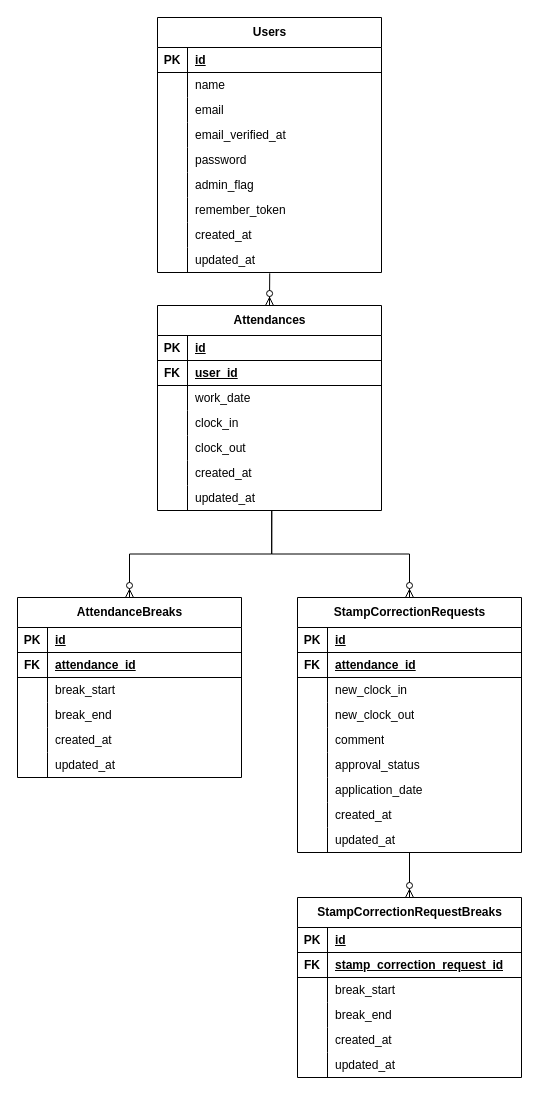
Earlier version of the draw.io diagram er.drawio (kuboyuina0601/attendance-app). Source tidied: cells renumbered, new cells numbered last; positions are measured from the earlier drawing's top-left corner, leaving out a move shared by most shapes. Both pictures are drawn from the tidied source at 100%, with x=0, y=0 at pixel (17, 17).
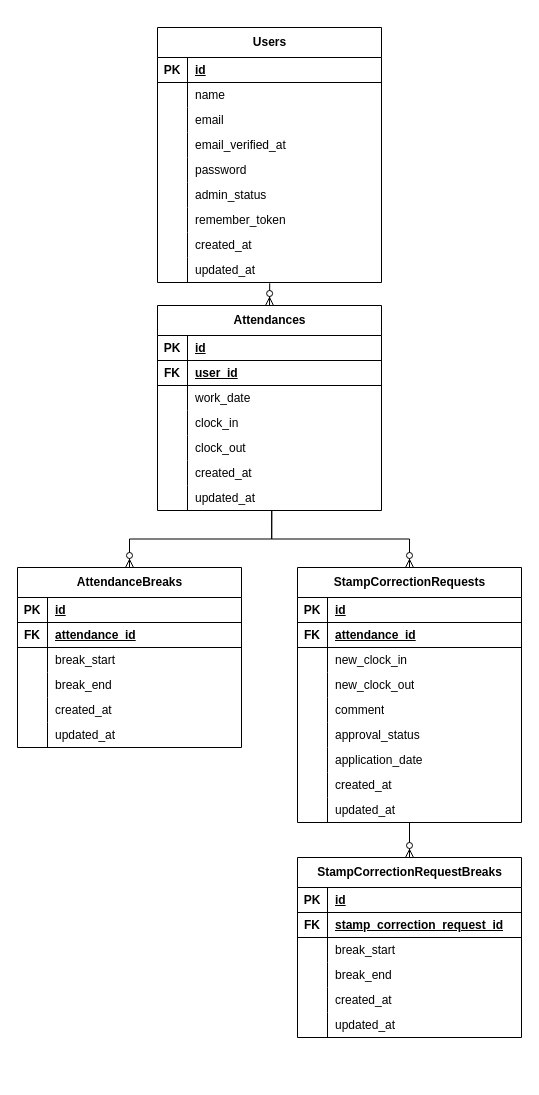
The same diagram, later.

Unchanged cells that the change refers to:
```xml
<mxCell id="18" style="shape=tableRow;horizontal=0;startSize=0;swimlaneHead=0;swimlaneBody=0;fillColor=none;top=0;left=0;right=0;bottom=0;" parent="2" vertex="1">
  <mxGeometry y="155" width="224" height="25" as="geometry" />
</mxCell>
```

The edit, as a diff of the source:
```diff
@@
     <mxCell id="2" value="Users" style="shape=table;startSize=30;childLayout=tableLayout;rowLines=0;fontStyle=1;align=center;html=1;" parent="1" vertex="1">
-      <mxGeometry x="140" width="224" height="255" as="geometry" />
+      <mxGeometry x="140" y="10" width="224" height="255" as="geometry" />
     </mxCell>
@@
-    <mxCell id="20" value="admin_flag" style="shape=partialRectangle;fillColor=none;top=0;left=0;bottom=0;right=0;align=left;spacingLeft=6;overflow=hidden;whiteSpace=wrap;html=1;" parent="18" vertex="1">
+    <mxCell id="20" value="admin_status" style="shape=partialRectangle;fillColor=none;top=0;left=0;bottom=0;right=0;align=left;spacingLeft=6;overflow=hidden;whiteSpace=wrap;html=1;" parent="18" vertex="1">
       <mxGeometry x="30" width="194" height="25" as="geometry" />
     </mxCell>
@@
     <mxCell id="52" value="AttendanceBreaks" style="shape=table;startSize=30;childLayout=tableLayout;rowLines=0;fontStyle=1;align=center;html=1;strokeColor=default;verticalAlign=middle;fontFamily=Helvetica;fontSize=12;fontColor=default;fillColor=default;" parent="1" vertex="1">
-      <mxGeometry y="580" width="224" height="180" as="geometry" />
+      <mxGeometry y="550" width="224" height="180" as="geometry" />
     </mxCell>
@@
     <mxCell id="71" value="StampCorrectionRequests" style="shape=table;startSize=30;childLayout=tableLayout;rowLines=0;fontStyle=1;align=center;html=1;" parent="1" vertex="1">
-      <mxGeometry x="280" y="580" width="224" height="255" as="geometry" />
+      <mxGeometry x="280" y="550" width="224" height="255" as="geometry" />
     </mxCell>
@@
     <mxCell id="99" value="StampCorrectionRequestBreaks" style="shape=table;startSize=30;childLayout=tableLayout;rowLines=0;fontStyle=1;align=center;html=1;" parent="1" vertex="1">
-      <mxGeometry x="280" y="880" width="224" height="180" as="geometry" />
+      <mxGeometry x="280" y="840" width="224" height="180" as="geometry" />
     </mxCell>
```
